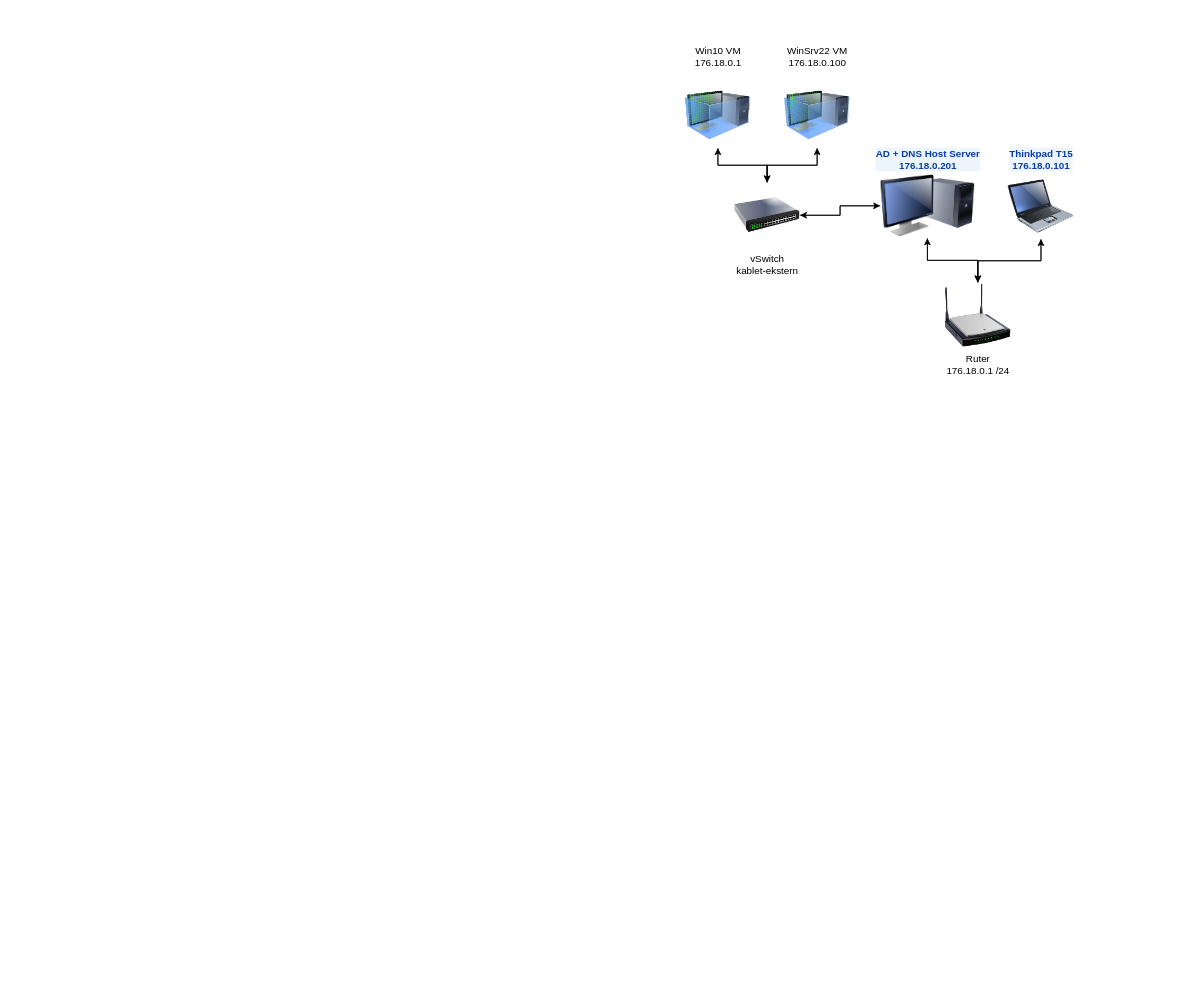
sivertmh/sysadm_fordypning keeps this draw.io diagram as nettverkskart.drawio. Above is the earlier version. Source tidied: cells renumbered, new cells numbered last; positions are measured from the earlier drawing's top-left corner, leaving out a move shared by most shapes. Both pictures are drawn from the tidied source at 82%, with x=0, y=0 at pixel (685, 82).
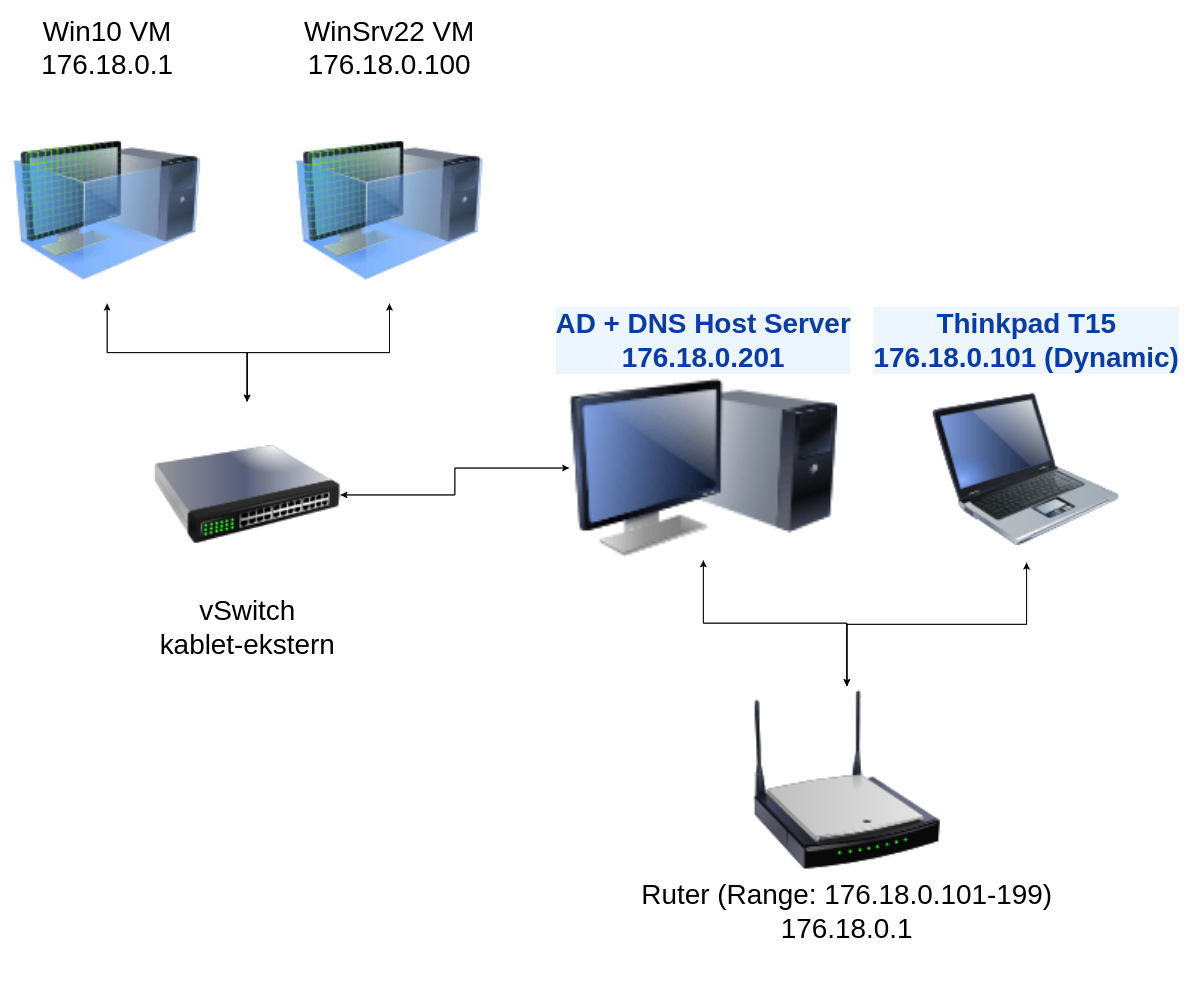
After the change.

What changed in the source:
```diff
@@
 <mxGraphModel>
   <root>
     <mxCell id="0" />
     <mxCell id="1" parent="0" />
+    <mxCell id="18" style="group;fontSize=34;" parent="1" vertex="1">
+      <mxGeometry x="-818.7" y="42" width="1348.8" height="922" as="geometry" />
+    </mxCell>
-    <mxCell id="2" style="edgeStyle=orthogonalEdgeStyle;rounded=0;jettySize=auto;html=1;" parent="1" edge="1" source="4" target="9">
+    <mxCell id="2" style="edgeStyle=orthogonalEdgeStyle;rounded=0;jettySize=auto;html=1;fontSize=34;" parent="18" edge="1" source="4" target="9">
       <mxGeometry relative="1" as="geometry" />
     </mxCell>
-    <mxCell id="3" style="edgeStyle=orthogonalEdgeStyle;rounded=0;jettySize=auto;html=1;" parent="1" edge="1" source="4" target="7">
+    <mxCell id="3" style="edgeStyle=orthogonalEdgeStyle;rounded=0;jettySize=auto;html=1;fontSize=34;" parent="18" edge="1" source="4" target="7">
       <mxGeometry relative="1" as="geometry" />
     </mxCell>
-    <mxCell id="4" value="&lt;div&gt;Ruter&lt;br&gt;176.18.0.1 /24&lt;/div&gt;" style="image;html=1;image=img/lib/clip_art/networking/Wireless_Router_N_128x128.png;" parent="1" vertex="1">
-      <mxGeometry x="317" y="244" width="80" height="80" as="geometry" />
+    <mxCell id="4" value="&lt;div&gt;Ruter (Range: 176.18.0.101-199)&lt;br&gt;176.18.0.1&lt;/div&gt;&lt;div&gt;&lt;br&gt;&lt;/div&gt;" style="image;html=1;image=img/lib/clip_art/networking/Wireless_Router_N_128x128.png;fontSize=34;" parent="18" vertex="1">
+      <mxGeometry x="902.1" y="694.3" width="227.7" height="227.7" as="geometry" />
     </mxCell>
-    <mxCell id="5" style="edgeStyle=orthogonalEdgeStyle;rounded=0;jettySize=auto;html=1;" parent="1" edge="1" source="7" target="17">
+    <mxCell id="5" style="edgeStyle=orthogonalEdgeStyle;rounded=0;jettySize=auto;html=1;fontSize=34;" parent="18" edge="1" source="7" target="17">
       <mxGeometry relative="1" as="geometry" />
     </mxCell>
-    <mxCell id="6" style="edgeStyle=orthogonalEdgeStyle;rounded=0;jettySize=auto;html=1;" parent="1" edge="1" source="7" target="4">
+    <mxCell id="6" style="edgeStyle=orthogonalEdgeStyle;rounded=0;jettySize=auto;html=1;fontSize=34;" parent="18" edge="1" source="7" target="4">
       <mxGeometry relative="1" as="geometry" />
     </mxCell>
-    <mxCell id="7" value="&lt;div class=&quot;ewa-rteLine&quot;&gt;AD + DNS Host Server&lt;/div&gt;&lt;div class=&quot;ewa-rteLine&quot;&gt;176.18.0.201&lt;/div&gt;" style="image;html=1;image=img/lib/clip_art/computers/Monitor_Tower_128x128.png;fontFamily=Helvetica;fontSize=12;fontColor=#0A3DA3;align=center;strokeWidth=2;fillColor=#EDF5FF;fontStyle=1;verticalAlign=bottom;strokeColor=none;labelBackgroundColor=#EDF5FF;labelBorderColor=none;labelPosition=center;verticalLabelPosition=top;" parent="1" vertex="1">
-      <mxGeometry x="238" y="111" width="115" height="79" as="geometry" />
+    <mxCell id="7" value="&lt;div class=&quot;ewa-rteLine&quot;&gt;AD + DNS Host Server&lt;/div&gt;&lt;div class=&quot;ewa-rteLine&quot;&gt;176.18.0.201&lt;/div&gt;" style="image;html=1;image=img/lib/clip_art/computers/Monitor_Tower_128x128.png;fontFamily=Helvetica;fontSize=34;fontColor=#0A3DA3;align=center;strokeWidth=2;fillColor=#EDF5FF;fontStyle=1;verticalAlign=bottom;strokeColor=none;labelBackgroundColor=#EDF5FF;labelBorderColor=none;labelPosition=center;verticalLabelPosition=top;" parent="18" vertex="1">
+      <mxGeometry x="677.3" y="315.9" width="327.3" height="224.8" as="geometry" />
     </mxCell>
-    <mxCell id="8" style="edgeStyle=orthogonalEdgeStyle;rounded=0;jettySize=auto;html=1;" parent="1" edge="1" source="9" target="4">
+    <mxCell id="8" style="edgeStyle=orthogonalEdgeStyle;rounded=0;jettySize=auto;html=1;fontSize=34;" parent="18" edge="1" source="9" target="4">
       <mxGeometry relative="1" as="geometry" />
     </mxCell>
-    <mxCell id="9" value="&lt;div&gt;Thinkpad T15&lt;/div&gt;&lt;div class=&quot;ewa-rteLine&quot;&gt;176.18.0.101&lt;/div&gt;" style="image;html=1;image=img/lib/clip_art/computers/Laptop_128x128.png;fontFamily=Helvetica;fontSize=12;fontColor=#0A3DA3;align=center;strokeWidth=2;fillColor=#EDF5FF;fontStyle=1;verticalAlign=bottom;strokeColor=none;labelBackgroundColor=#EDF5FF;labelBorderColor=none;labelPosition=center;verticalLabelPosition=top;" parent="1" vertex="1">
-      <mxGeometry x="394" y="111" width="80" height="80" as="geometry" />
+    <mxCell id="9" value="&lt;div&gt;Thinkpad T15&lt;/div&gt;&lt;div class=&quot;ewa-rteLine&quot;&gt;176.18.0.101 (Dynamic)&lt;/div&gt;" style="image;html=1;image=img/lib/clip_art/computers/Laptop_128x128.png;fontFamily=Helvetica;fontSize=34;fontColor=#0A3DA3;align=center;strokeWidth=2;fillColor=#EDF5FF;fontStyle=1;verticalAlign=bottom;strokeColor=none;labelBackgroundColor=#EDF5FF;labelBorderColor=none;labelPosition=center;verticalLabelPosition=top;" parent="18" vertex="1">
+      <mxGeometry x="1121.2" y="315.9" width="227.7" height="227.7" as="geometry" />
     </mxCell>
-    <mxCell id="10" style="edgeStyle=orthogonalEdgeStyle;rounded=0;jettySize=auto;html=1;" parent="1" edge="1" source="11" target="17">
+    <mxCell id="10" style="edgeStyle=orthogonalEdgeStyle;rounded=0;jettySize=auto;html=1;fontSize=34;" parent="18" edge="1" source="11" target="17">
       <mxGeometry relative="1" as="geometry" />
     </mxCell>
-    <mxCell id="11" value="&lt;div&gt;Win10 VM&lt;/div&gt;&lt;div&gt;&lt;div class=&quot;ewa-rteLine&quot;&gt;176.18.0.1&lt;/div&gt;&lt;br&gt;&lt;/div&gt;" style="image;html=1;image=img/lib/clip_art/computers/Virtual_Machine_128x128.png;labelPosition=center;verticalLabelPosition=top;align=center;verticalAlign=bottom;" parent="1" vertex="1">
-      <mxGeometry width="80" height="80" as="geometry" />
+    <mxCell id="11" value="&lt;div&gt;Win10 VM&lt;/div&gt;&lt;div&gt;&lt;div class=&quot;ewa-rteLine&quot;&gt;176.18.0.1&lt;/div&gt;&lt;br&gt;&lt;/div&gt;" style="image;html=1;image=img/lib/clip_art/computers/Virtual_Machine_128x128.png;labelPosition=center;verticalLabelPosition=top;align=center;verticalAlign=bottom;fontSize=34;" parent="18" vertex="1">
+      <mxGeometry width="227.7" height="227.7" as="geometry" />
     </mxCell>
-    <mxCell id="12" style="edgeStyle=orthogonalEdgeStyle;rounded=0;jettySize=auto;html=1;" parent="1" edge="1" source="13" target="17">
+    <mxCell id="12" style="edgeStyle=orthogonalEdgeStyle;rounded=0;jettySize=auto;html=1;fontSize=34;" parent="18" edge="1" source="13" target="17">
       <mxGeometry relative="1" as="geometry" />
     </mxCell>
-    <mxCell id="13" value="&lt;div&gt;WinSrv22 VM&lt;/div&gt;&lt;div&gt;&lt;div class=&quot;ewa-rteLine&quot;&gt;176.18.0.100&lt;/div&gt;&lt;br&gt;&lt;/div&gt;" style="image;html=1;image=img/lib/clip_art/computers/Virtual_Machine_128x128.png;labelPosition=center;verticalLabelPosition=top;align=center;verticalAlign=bottom;" parent="1" vertex="1">
-      <mxGeometry x="121" width="80" height="80" as="geometry" />
+    <mxCell id="13" value="&lt;div&gt;WinSrv22 VM&lt;/div&gt;&lt;div&gt;&lt;div class=&quot;ewa-rteLine&quot;&gt;176.18.0.100&lt;/div&gt;&lt;br&gt;&lt;/div&gt;" style="image;html=1;image=img/lib/clip_art/computers/Virtual_Machine_128x128.png;labelPosition=center;verticalLabelPosition=top;align=center;verticalAlign=bottom;fontSize=34;" parent="18" vertex="1">
+      <mxGeometry x="344.3" width="227.7" height="227.7" as="geometry" />
     </mxCell>
-    <mxCell id="14" style="edgeStyle=orthogonalEdgeStyle;rounded=0;jettySize=auto;html=1;" parent="1" edge="1" source="17" target="11">
+    <mxCell id="14" style="edgeStyle=orthogonalEdgeStyle;rounded=0;jettySize=auto;html=1;fontSize=34;" parent="18" edge="1" source="17" target="11">
       <mxGeometry relative="1" as="geometry" />
     </mxCell>
-    <mxCell id="15" style="edgeStyle=orthogonalEdgeStyle;rounded=0;jettySize=auto;html=1;" parent="1" edge="1" source="17" target="13">
+    <mxCell id="15" style="edgeStyle=orthogonalEdgeStyle;rounded=0;jettySize=auto;html=1;fontSize=34;" parent="18" edge="1" source="17" target="13">
       <mxGeometry relative="1" as="geometry" />
     </mxCell>
-    <mxCell id="16" style="edgeStyle=orthogonalEdgeStyle;rounded=0;jettySize=auto;html=1;" parent="1" edge="1" source="17" target="7">
+    <mxCell id="16" style="edgeStyle=orthogonalEdgeStyle;rounded=0;jettySize=auto;html=1;fontSize=34;" parent="18" edge="1" source="17" target="7">
       <mxGeometry relative="1" as="geometry" />
     </mxCell>
-    <mxCell id="17" value="&lt;div&gt;vSwitch&lt;/div&gt;&lt;div&gt;kablet-ekstern&lt;/div&gt;" style="image;html=1;image=img/lib/clip_art/networking/Switch_128x128.png;" parent="1" vertex="1">
-      <mxGeometry x="60" y="122" width="80" height="80" as="geometry" />
+    <mxCell id="17" value="&lt;div&gt;vSwitch&lt;/div&gt;&lt;div&gt;kablet-ekstern&lt;/div&gt;" style="image;html=1;image=img/lib/clip_art/networking/Switch_128x128.png;fontSize=34;" parent="18" vertex="1">
+      <mxGeometry x="170.7" y="347.2" width="227.7" height="227.7" as="geometry" />
     </mxCell>
   </root>
 </mxGraphModel>
```
